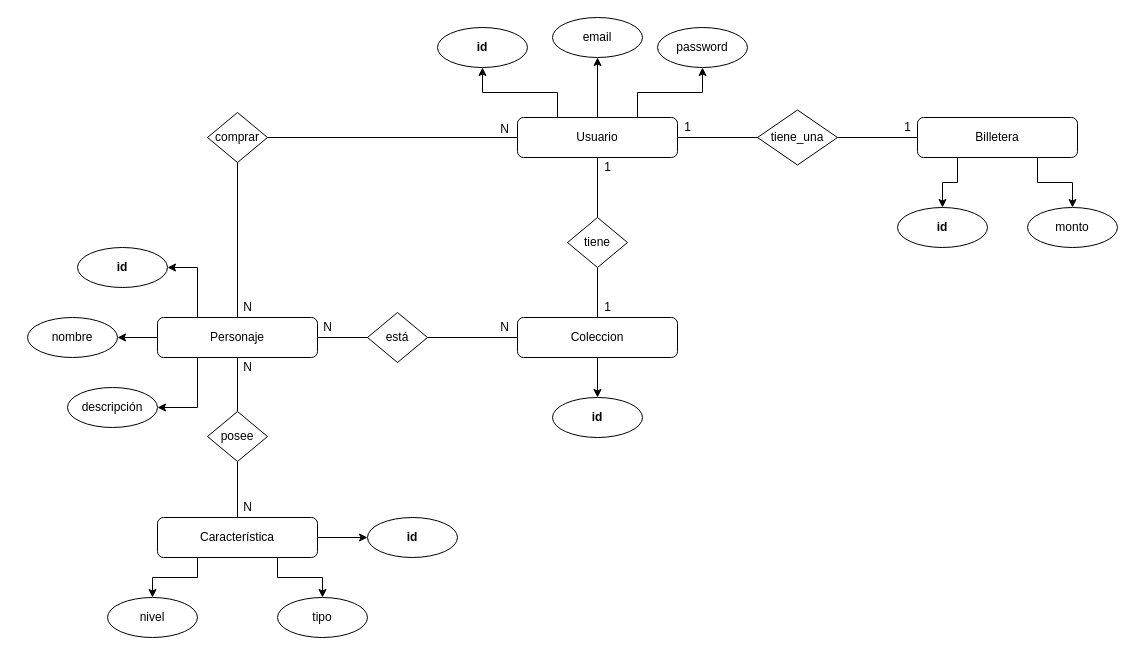
Tabathapm/KnockOut keeps this draw.io diagram as target/proyecto-limpio-spring-0.0.1-SNAPSHOT/resources/diagrama/DER Knock_Out.drawio. Above is the earlier version. Source tidied: cells renumbered, new cells numbered last; positions are measured from the earlier drawing's top-left corner, leaving out a move shared by most shapes. Both pictures are drawn from the tidied source at 100%, with x=0, y=0 at pixel (27, 17).
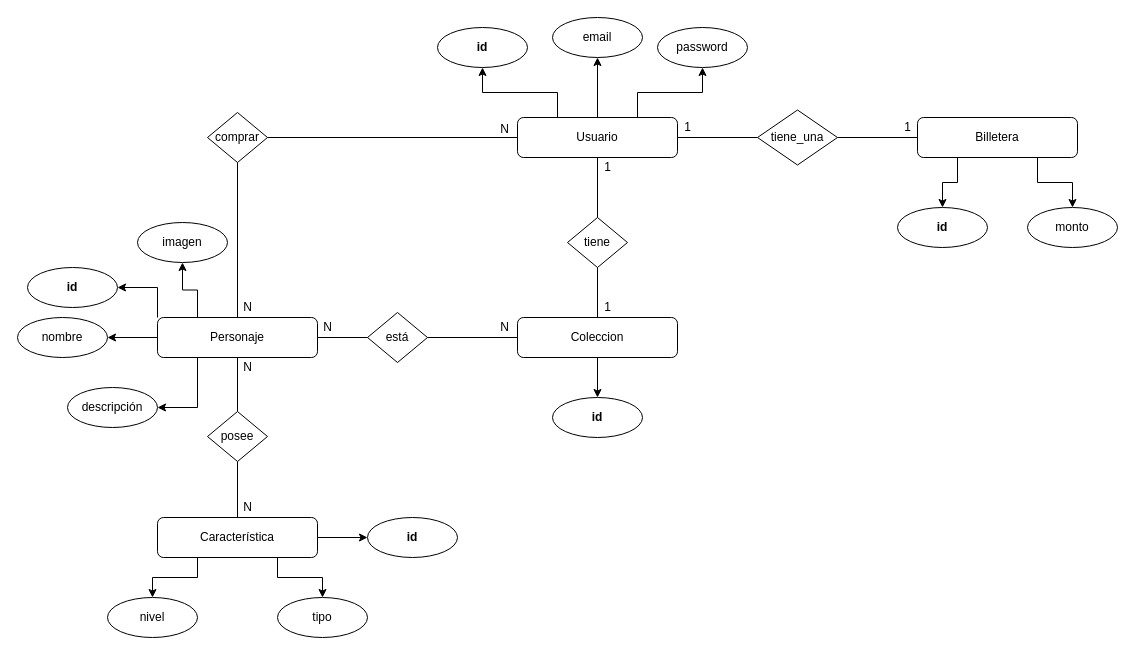
Above is the later version.

Unchanged cells that the change refers to:
```xml
<mxCell id="14" value="Personaje" style="rounded=1;whiteSpace=wrap;html=1;flipH=0;flipV=1;" parent="1" vertex="1">
  <mxGeometry x="130" y="300" width="160" height="40" as="geometry" />
</mxCell>
```

The edit, as a diff of the source:
```diff
@@
-    <mxCell id="11" style="edgeStyle=orthogonalEdgeStyle;rounded=0;jettySize=auto;html=1;exitX=0.25;exitY=0;exitDx=0;exitDy=0;entryX=1;entryY=0.5;entryDx=0;entryDy=0;" parent="1" edge="1" source="14" target="53">
-      <mxGeometry relative="1" as="geometry" />
-    </mxCell>
@@
+    <mxCell id="11" style="edgeStyle=orthogonalEdgeStyle;rounded=0;jettySize=auto;html=1;exitX=0;exitY=0;exitDx=0;exitDy=0;entryX=1;entryY=0.5;entryDx=0;entryDy=0;" parent="1" edge="1" source="14" target="53">
+      <mxGeometry relative="1" as="geometry" />
+    </mxCell>
+    <mxCell id="56" style="edgeStyle=orthogonalEdgeStyle;rounded=0;jettySize=auto;html=1;exitX=0.25;exitY=0;exitDx=0;exitDy=0;entryX=0.5;entryY=1;entryDx=0;entryDy=0;" parent="1" edge="1" source="14" target="57">
+      <mxGeometry relative="1" as="geometry" />
+    </mxCell>
@@
     <mxCell id="53" value="&lt;b&gt;id&lt;/b&gt;" style="ellipse;whiteSpace=wrap;html=1;" parent="1" vertex="1">
-      <mxGeometry x="50" y="230" width="90" height="40" as="geometry" />
+      <mxGeometry y="250" width="90" height="40" as="geometry" />
     </mxCell>
     <mxCell id="54" value="nombre" style="ellipse;whiteSpace=wrap;html=1;" parent="1" vertex="1">
-      <mxGeometry y="300" width="90" height="40" as="geometry" />
+      <mxGeometry x="-10" y="300" width="90" height="40" as="geometry" />
     </mxCell>
@@
+    <mxCell id="57" value="imagen" style="ellipse;whiteSpace=wrap;html=1;" parent="1" vertex="1">
+      <mxGeometry x="110" y="205" width="90" height="40" as="geometry" />
+    </mxCell>
```
